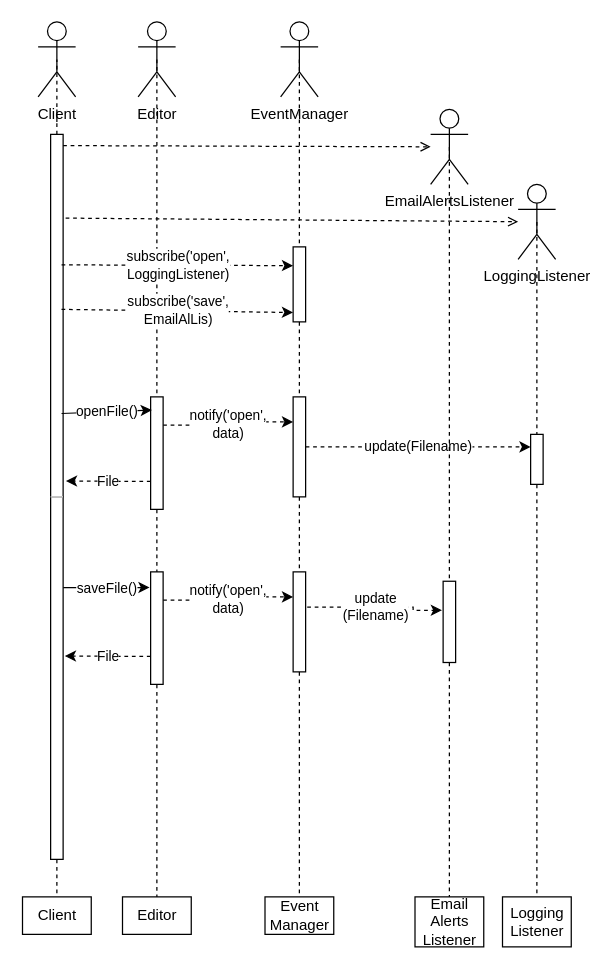
Earlier version of the draw.io diagram 3-Lehrjahr/UML/Sequenzdiagramme/03-observer-pattern.drawio (deanomus/SZUT). Source tidied: cells renumbered, new cells numbered last; positions are measured from the earlier drawing's top-left corner, leaving out a move shared by most shapes. Both pictures are drawn from the tidied source at 125%, with x=0, y=0 at pixel (22, 21).
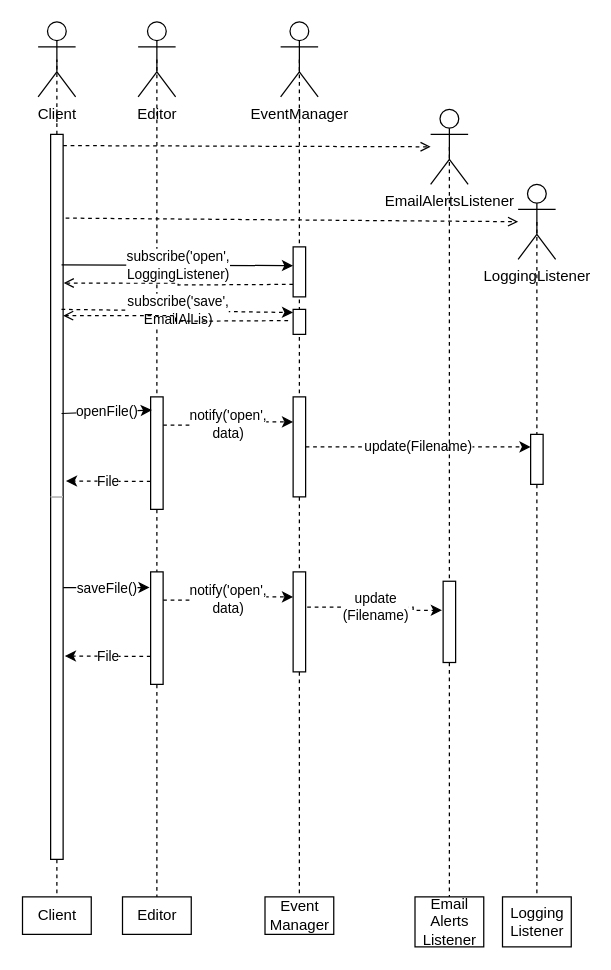
The same diagram, later.

The change refers to these unchanged cells:
```xml
<mxCell id="10" style="rounded=0;whiteSpace=wrap;html=1;" parent="1" vertex="1">
  <mxGeometry x="22" y="90" width="10" height="290" as="geometry" />
</mxCell>
```

Diff of the diagram source:
```diff
@@
-    <mxCell id="28" style="rounded=0;whiteSpace=wrap;html=1;" parent="1" vertex="1">
-      <mxGeometry x="216" y="180" width="10" height="60" as="geometry" />
-    </mxCell>
+    <mxCell id="46" style="edgeStyle=orthogonalEdgeStyle;rounded=0;jettySize=auto;html=1;exitX=0;exitY=0.5;exitDx=0;exitDy=0;entryX=1.048;entryY=0.41;entryDx=0;entryDy=0;entryPerimeter=0;dashed=1;endArrow=open;endFill=0;strokeColor=#000000;strokeWidth=1;" parent="1" edge="1" target="10">
+      <mxGeometry relative="1" as="geometry">
+        <mxPoint x="216" y="210" as="sourcePoint" />
+      </mxGeometry>
+    </mxCell>
-    <mxCell id="29" value="subscribe('open',&lt;br&gt;LoggingListener)" style="endArrow=classic;dashed=1;html=1;strokeWidth=1;rounded=0;exitX=0.874;exitY=0.36;exitDx=0;exitDy=0;exitPerimeter=0;entryX=0;entryY=0.25;entryDx=0;entryDy=0;endFill=1;" parent="1" edge="1" source="10" target="28">
-      <mxGeometry relative="1" as="geometry" />
+    <mxCell id="29" value="subscribe('open',&lt;br&gt;LoggingListener)" style="endArrow=classic;html=1;strokeWidth=1;rounded=0;exitX=0.874;exitY=0.36;exitDx=0;exitDy=0;exitPerimeter=0;entryX=0;entryY=0.25;entryDx=0;entryDy=0;endFill=1;" parent="1" edge="1" source="10">
+      <mxGeometry relative="1" as="geometry">
+        <mxPoint x="216" y="195" as="targetPoint" />
+      </mxGeometry>
     </mxCell>
-    <mxCell id="30" value="subscribe('save',&lt;br&gt;EmailAlLis)" style="endArrow=classic;dashed=1;html=1;strokeWidth=1;rounded=0;exitX=0.874;exitY=0.36;exitDx=0;exitDy=0;exitPerimeter=0;endFill=1;entryX=-0.004;entryY=0.875;entryDx=0;entryDy=0;entryPerimeter=0;" parent="1" edge="1" target="28">
+    <mxCell id="30" value="subscribe('save',&lt;br&gt;EmailAlLis)" style="endArrow=classic;dashed=1;html=1;strokeWidth=1;rounded=0;exitX=0.874;exitY=0.36;exitDx=0;exitDy=0;exitPerimeter=0;endFill=1;entryX=-0.004;entryY=0.875;entryDx=0;entryDy=0;entryPerimeter=0;" parent="1" edge="1">
       <mxGeometry relative="1" as="geometry">
         <mxPoint x="30.7" y="230" as="sourcePoint" />
+        <mxPoint x="216" y="232.5" as="targetPoint" />
       </mxGeometry>
     </mxCell>
@@
+    <mxCell id="47" style="edgeStyle=orthogonalEdgeStyle;rounded=0;jettySize=auto;html=1;entryX=1;entryY=0.5;entryDx=0;entryDy=0;dashed=1;endArrow=open;endFill=0;strokeColor=#000000;strokeWidth=1;" parent="1" edge="1" target="10">
+      <mxGeometry relative="1" as="geometry">
+        <mxPoint x="212" y="239" as="sourcePoint" />
+      </mxGeometry>
+    </mxCell>
+    <mxCell id="48" style="rounded=0;whiteSpace=wrap;html=1;" parent="1" vertex="1">
+      <mxGeometry x="216" y="180" width="10" height="40" as="geometry" />
+    </mxCell>
+    <mxCell id="49" style="rounded=0;whiteSpace=wrap;html=1;" parent="1" vertex="1">
+      <mxGeometry x="216" y="230" width="10" height="20" as="geometry" />
+    </mxCell>
```
